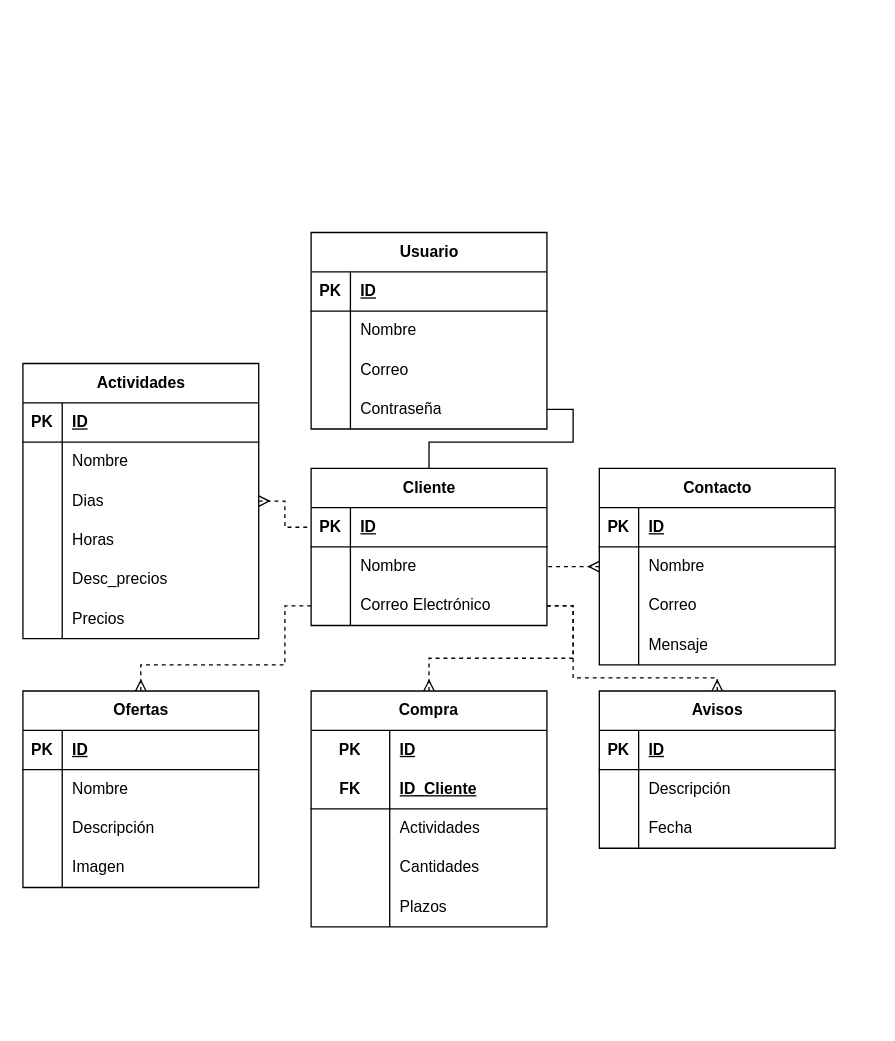
The draw.io diagram varios/Diagrama_Relacional.drawio in HuBaMarin/projDespliegue, before the edit. Source tidied: cells renumbered, new cells numbered last; positions are measured from the earlier drawing's top-left corner, leaving out a move shared by most shapes. Both pictures are drawn from the tidied source at 131%, with x=0, y=0 at pixel (22, 232).
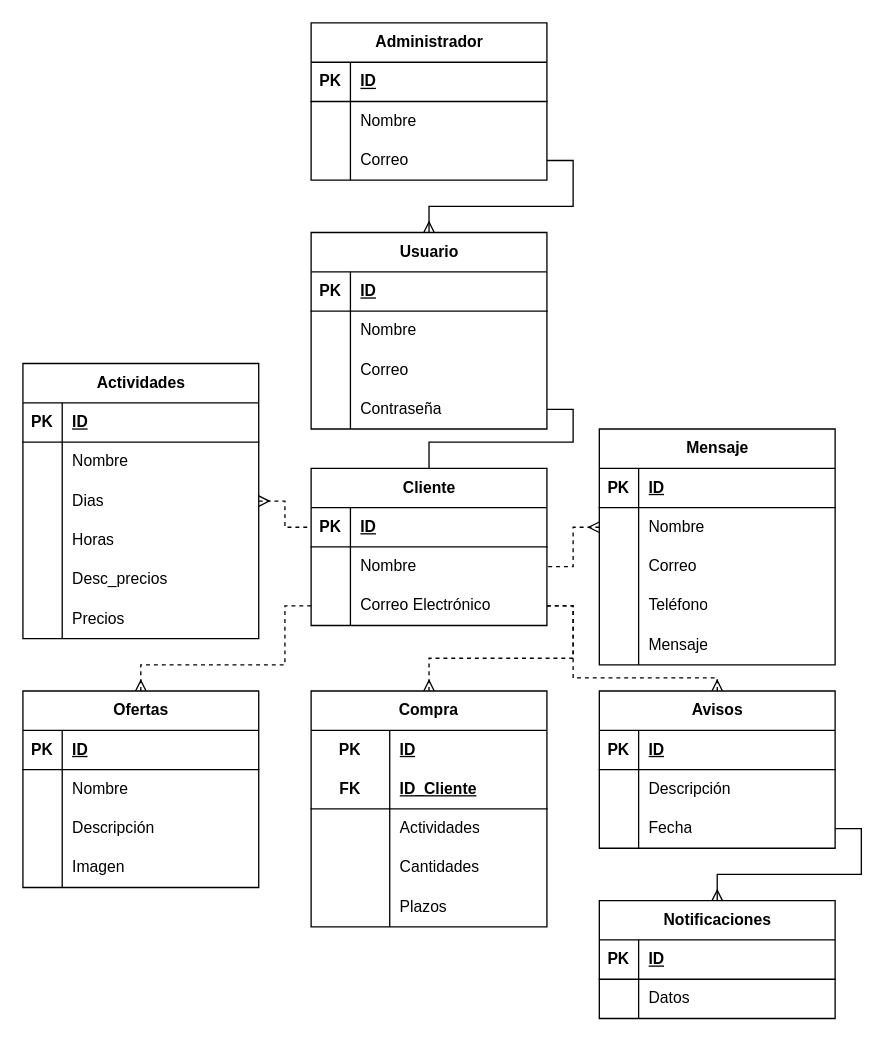
Above is the later version.

The change refers to these unchanged cells:
```xml
<mxCell id="29" style="shape=tableRow;horizontal=0;startSize=0;swimlaneHead=0;swimlaneBody=0;fillColor=none;points=[[0,0.5],[1,0.5]];portConstraint=eastwest;top=0;left=0;right=0;bottom=0;" parent="22" vertex="1">
  <mxGeometry y="90" width="180" height="30" as="geometry" />
</mxCell>
<mxCell id="53" style="shape=tableRow;horizontal=0;startSize=0;swimlaneHead=0;swimlaneBody=0;fillColor=none;top=0;left=0;right=0;bottom=0;" parent="43" vertex="1">
  <mxGeometry y="120" width="180" height="30" as="geometry" />
</mxCell>
<mxCell id="70" value="Usuario" style="shape=table;startSize=30;childLayout=tableLayout;rowLines=0;fontStyle=1;align=center;html=1;" parent="1" vertex="1">
  <mxGeometry x="220" width="180" height="150" as="geometry" />
</mxCell>
```

Diff of the diagram source:
```diff
@@
-    <mxCell id="43" value="Contacto" style="shape=table;startSize=30;childLayout=tableLayout;rowLines=0;fontStyle=1;align=center;html=1;" parent="1" vertex="1">
-      <mxGeometry x="440" y="180" width="180" height="150" as="geometry" />
+    <mxCell id="43" value="Mensaje" style="shape=table;startSize=30;childLayout=tableLayout;rowLines=0;fontStyle=1;align=center;html=1;" parent="1" vertex="1">
+      <mxGeometry x="440" y="150" width="180" height="180" as="geometry" />
     </mxCell>
@@
-    <mxCell id="55" value="Mensaje" style="shape=partialRectangle;fillColor=none;top=0;left=0;bottom=0;right=0;align=left;spacingLeft=6;overflow=hidden;whiteSpace=wrap;html=1;" parent="53" vertex="1">
+    <mxCell id="55" value="Teléfono" style="shape=partialRectangle;fillColor=none;top=0;left=0;bottom=0;right=0;align=left;spacingLeft=6;overflow=hidden;whiteSpace=wrap;html=1;" parent="53" vertex="1">
       <mxGeometry x="30" width="150" height="30" as="geometry" />
     </mxCell>
+    <mxCell id="102" style="shape=tableRow;horizontal=0;startSize=0;swimlaneHead=0;swimlaneBody=0;fillColor=none;top=0;left=0;right=0;bottom=0;" parent="43" vertex="1">
+      <mxGeometry y="150" width="180" height="30" as="geometry" />
+    </mxCell>
+    <mxCell id="103" style="shape=partialRectangle;fillColor=none;top=0;left=0;bottom=0;right=0;overflow=hidden;whiteSpace=wrap;html=1;" parent="102" vertex="1">
+      <mxGeometry width="30" height="30" as="geometry" />
+    </mxCell>
+    <mxCell id="104" value="Mensaje" style="shape=partialRectangle;fillColor=none;top=0;left=0;bottom=0;right=0;align=left;spacingLeft=6;overflow=hidden;whiteSpace=wrap;html=1;" parent="102" vertex="1">
+      <mxGeometry x="30" width="150" height="30" as="geometry" />
+    </mxCell>
@@
+    <mxCell id="105" value="Notificaciones" style="shape=table;startSize=30;childLayout=tableLayout;rowLines=0;fontStyle=1;align=center;html=1;" parent="1" vertex="1">
+      <mxGeometry x="440" y="510" width="180" height="90" as="geometry" />
+    </mxCell>
+    <mxCell id="106" style="shape=tableRow;horizontal=0;startSize=0;swimlaneHead=0;swimlaneBody=0;fillColor=none;top=0;left=0;right=0;bottom=1;" parent="105" vertex="1">
+      <mxGeometry y="30" width="180" height="30" as="geometry" />
+    </mxCell>
+    <mxCell id="107" value="PK" style="shape=partialRectangle;fillColor=none;top=0;left=0;bottom=0;right=0;fontStyle=1;overflow=hidden;whiteSpace=wrap;html=1;" parent="106" vertex="1">
+      <mxGeometry width="30" height="30" as="geometry" />
+    </mxCell>
+    <mxCell id="108" value="ID" style="shape=partialRectangle;fillColor=none;top=0;left=0;bottom=0;right=0;align=left;spacingLeft=6;fontStyle=5;overflow=hidden;whiteSpace=wrap;html=1;" parent="106" vertex="1">
+      <mxGeometry x="30" width="150" height="30" as="geometry" />
+    </mxCell>
+    <mxCell id="109" style="shape=tableRow;horizontal=0;startSize=0;swimlaneHead=0;swimlaneBody=0;fillColor=none;top=0;left=0;right=0;bottom=0;" parent="105" vertex="1">
+      <mxGeometry y="60" width="180" height="30" as="geometry" />
+    </mxCell>
+    <mxCell id="110" style="shape=partialRectangle;fillColor=none;top=0;left=0;bottom=0;right=0;overflow=hidden;whiteSpace=wrap;html=1;" parent="109" vertex="1">
+      <mxGeometry width="30" height="30" as="geometry" />
+    </mxCell>
+    <mxCell id="111" value="Datos" style="shape=partialRectangle;fillColor=none;top=0;left=0;bottom=0;right=0;align=left;spacingLeft=6;overflow=hidden;whiteSpace=wrap;html=1;" parent="109" vertex="1">
+      <mxGeometry x="30" width="150" height="30" as="geometry" />
+    </mxCell>
+    <mxCell id="112" value="Administrador" style="shape=table;startSize=30;childLayout=tableLayout;rowLines=0;fontStyle=1;align=center;html=1;" parent="1" vertex="1">
+      <mxGeometry x="220" y="-160" width="180" height="120" as="geometry" />
+    </mxCell>
+    <mxCell id="113" style="shape=tableRow;horizontal=0;startSize=0;swimlaneHead=0;swimlaneBody=0;fillColor=none;top=0;left=0;right=0;bottom=1;" parent="112" vertex="1">
+      <mxGeometry y="30" width="180" height="30" as="geometry" />
+    </mxCell>
+    <mxCell id="114" value="PK" style="shape=partialRectangle;fillColor=none;top=0;left=0;bottom=0;right=0;fontStyle=1;overflow=hidden;whiteSpace=wrap;html=1;" parent="113" vertex="1">
+      <mxGeometry width="30" height="30" as="geometry" />
+    </mxCell>
+    <mxCell id="115" value="ID" style="shape=partialRectangle;fillColor=none;top=0;left=0;bottom=0;right=0;align=left;spacingLeft=6;fontStyle=5;overflow=hidden;whiteSpace=wrap;html=1;" parent="113" vertex="1">
+      <mxGeometry x="30" width="150" height="30" as="geometry" />
+    </mxCell>
+    <mxCell id="116" style="shape=tableRow;horizontal=0;startSize=0;swimlaneHead=0;swimlaneBody=0;fillColor=none;top=0;left=0;right=0;bottom=0;" parent="112" vertex="1">
+      <mxGeometry y="60" width="180" height="30" as="geometry" />
+    </mxCell>
+    <mxCell id="117" style="shape=partialRectangle;fillColor=none;top=0;left=0;bottom=0;right=0;overflow=hidden;whiteSpace=wrap;html=1;" parent="116" vertex="1">
+      <mxGeometry width="30" height="30" as="geometry" />
+    </mxCell>
+    <mxCell id="118" value="Nombre" style="shape=partialRectangle;fillColor=none;top=0;left=0;bottom=0;right=0;align=left;spacingLeft=6;overflow=hidden;whiteSpace=wrap;html=1;" parent="116" vertex="1">
+      <mxGeometry x="30" width="150" height="30" as="geometry" />
+    </mxCell>
+    <mxCell id="119" style="shape=tableRow;horizontal=0;startSize=0;swimlaneHead=0;swimlaneBody=0;fillColor=none;points=[[0,0.5],[1,0.5]];portConstraint=eastwest;top=0;left=0;right=0;bottom=0;" parent="112" vertex="1">
+      <mxGeometry y="90" width="180" height="30" as="geometry" />
+    </mxCell>
+    <mxCell id="120" style="shape=partialRectangle;fillColor=none;top=0;left=0;bottom=0;right=0;overflow=hidden;whiteSpace=wrap;html=1;" parent="119" vertex="1">
+      <mxGeometry width="30" height="30" as="geometry" />
+    </mxCell>
+    <mxCell id="121" value="Correo" style="shape=partialRectangle;fillColor=none;top=0;left=0;bottom=0;right=0;align=left;spacingLeft=6;overflow=hidden;whiteSpace=wrap;html=1;" parent="119" vertex="1">
+      <mxGeometry x="30" width="150" height="30" as="geometry" />
+    </mxCell>
+    <mxCell id="122" style="edgeStyle=orthogonalEdgeStyle;rounded=0;jettySize=auto;html=1;exitX=1;exitY=0.5;exitDx=0;exitDy=0;entryX=0.5;entryY=0;entryDx=0;entryDy=0;endArrow=ERmany;endFill=0;" parent="1" edge="1" source="119" target="70">
+      <mxGeometry relative="1" as="geometry" />
+    </mxCell>
+    <mxCell id="123" style="edgeStyle=orthogonalEdgeStyle;rounded=0;jettySize=auto;html=1;exitX=1;exitY=0.5;exitDx=0;exitDy=0;entryX=0.5;entryY=0;entryDx=0;entryDy=0;endArrow=ERmany;endFill=0;" parent="1" edge="1" source="29" target="105">
+      <mxGeometry relative="1" as="geometry" />
+    </mxCell>
```
